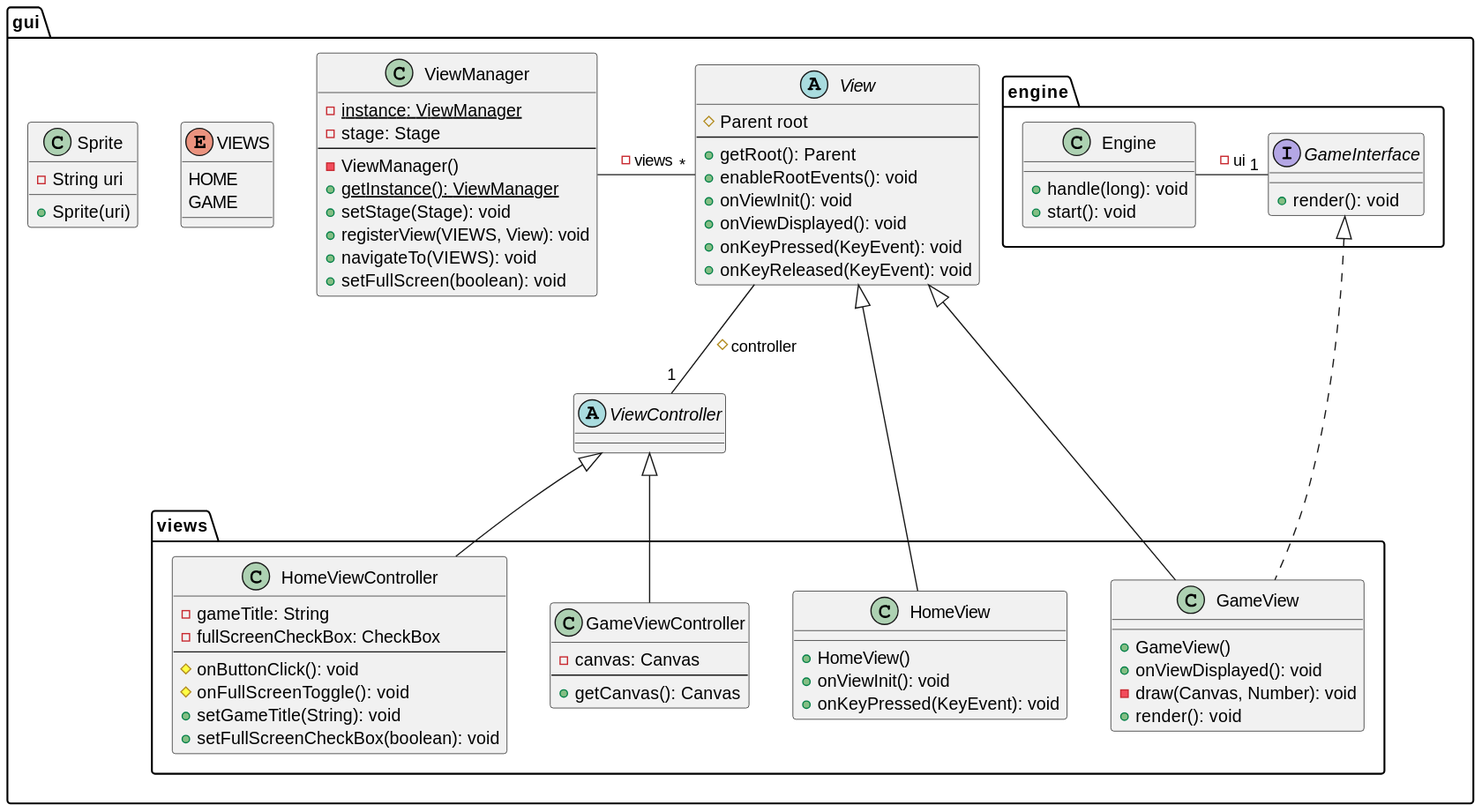
The PlantUML diagram docs/uml/class-gui.svg in victord54/escape, before a commit. The source it was exported from:
```plantuml
@startuml
package gui {
    abstract class View {
        # Parent root
        --
        + getRoot(): Parent
        + enableRootEvents(): void
        + onViewInit(): void
        + onViewDisplayed(): void
        + onKeyPressed(KeyEvent): void
        + onKeyReleased(KeyEvent): void
    }

    abstract class ViewController {}

    enum VIEWS {
        HOME
        GAME
    }

    class ViewManager {
        - {static} instance: ViewManager
        - stage: Stage
        --
        - ViewManager()
        + {static} getInstance(): ViewManager
        + setStage(Stage): void
        + registerView(VIEWS, View): void
        + navigateTo(VIEWS): void
        + setFullScreen(boolean): void
    }

    package views {
        class HomeViewController {
            - gameTitle: String
            - fullScreenCheckBox: CheckBox
            --
            # onButtonClick(): void
            # onFullScreenToggle(): void
            + setGameTitle(String): void
            + setFullScreenCheckBox(boolean): void
        }

        class GameViewController {
            - canvas: Canvas
            --
            + getCanvas(): Canvas
        }

        class HomeView {
            + HomeView()
            + onViewInit(): void
            + onKeyPressed(KeyEvent): void
        }

        class GameView {
            + GameView()
            + onViewDisplayed(): void
            - draw(Canvas, Number): void
            + render(): void
        }
    }

    class Sprite {
        - String uri
        + Sprite(uri)
    }

    package engine {
        class Engine {
            + handle(long): void
            + start(): void
        }

        interface GameInterface {
            + render(): void
        }
    }
}

View --"1" ViewController : # controller
ViewManager -"*" View : - views

HomeViewController -up-|> ViewController
HomeView -up-|> View
GameViewController -up-|> ViewController
GameView -up-|> View

GameView ..up.|> GameInterface
Engine -"1" GameInterface : - ui
@enduml
```
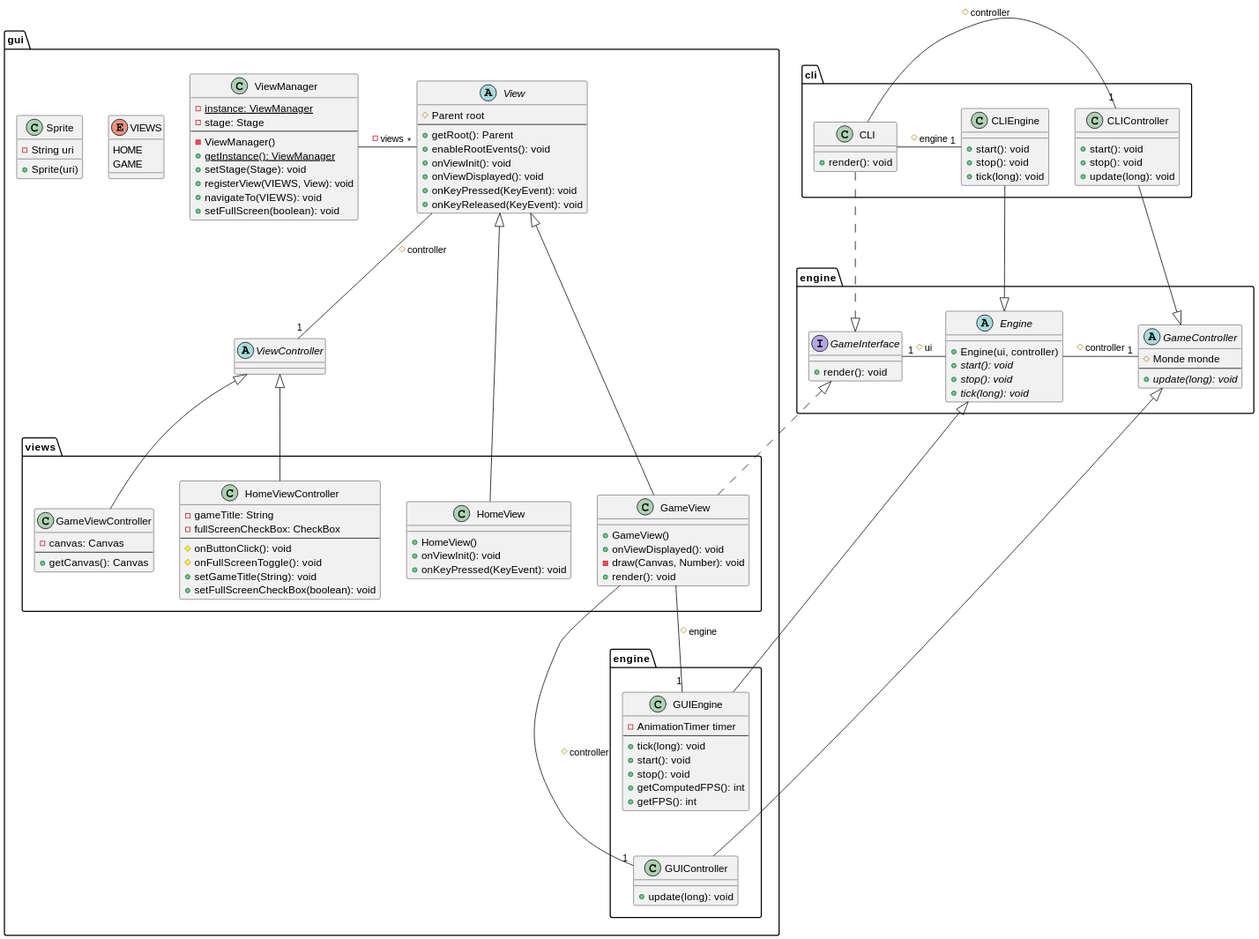
After the change.

The edit, as a diff of the source:
```diff
@@ -1,4 +1,41 @@
 @startuml
+package engine {
+    abstract class GameController {
+        # Monde monde
+        --
+        + {abstract} update(long): void
+    }
+
+    abstract class Engine {
+        + Engine(ui, controller)
+        + {abstract} start(): void
+        + {abstract} stop(): void
+        + {abstract} tick(long): void
+    }
+
+    interface GameInterface {
+        + render(): void
+    }
+}
+
+package cli {
+    class CLIController {
+        + start(): void
+        + stop(): void
+        + update(long): void
+    }
+
+    class CLIEngine {
+        + start(): void
+        + stop(): void
+        + tick(long): void
+    }
+
+    class CLI {
+        + render(): void
+    }
+}
+
 package gui {
     abstract class View {
         # Parent root
@@ -67,16 +104,37 @@
     }
 
     package engine {
-        class Engine {
-            + handle(long): void
-            + start(): void
+        class GUIController {
+            + update(long): void
         }
 
-        interface GameInterface {
-            + render(): void
+        class GUIEngine {
+            - AnimationTimer timer
+            --
+            + tick(long): void
+            + start(): void
+            + stop(): void
+            + getComputedFPS(): int
+            + getFPS(): int
         }
     }
 }
+
+Engine -left-"1" GameInterface : # ui
+Engine -right-"1" GameController : # controller
+
+CLIController -down-|> GameController
+CLIEngine -down-|> Engine
+CLI .down.|> GameInterface
+CLI -right-"1" CLIController : # controller
+CLI -right-"1" CLIEngine : # engine
+
+GUIController -up-|> GameController
+GUIEngine -up-|> Engine
+GameView .up.|> GameInterface
+GameView --"1" GUIController : # controller
+GameView --"1" GUIEngine : # engine
+GUIEngine -down[hidden]- GUIController
 
 View --"1" ViewController : # controller
 ViewManager -"*" View : - views
@@ -85,7 +143,4 @@
 HomeView -up-|> View
 GameViewController -up-|> ViewController
 GameView -up-|> View
-
-GameView ..up.|> GameInterface
-Engine -"1" GameInterface : - ui
 @enduml
```
